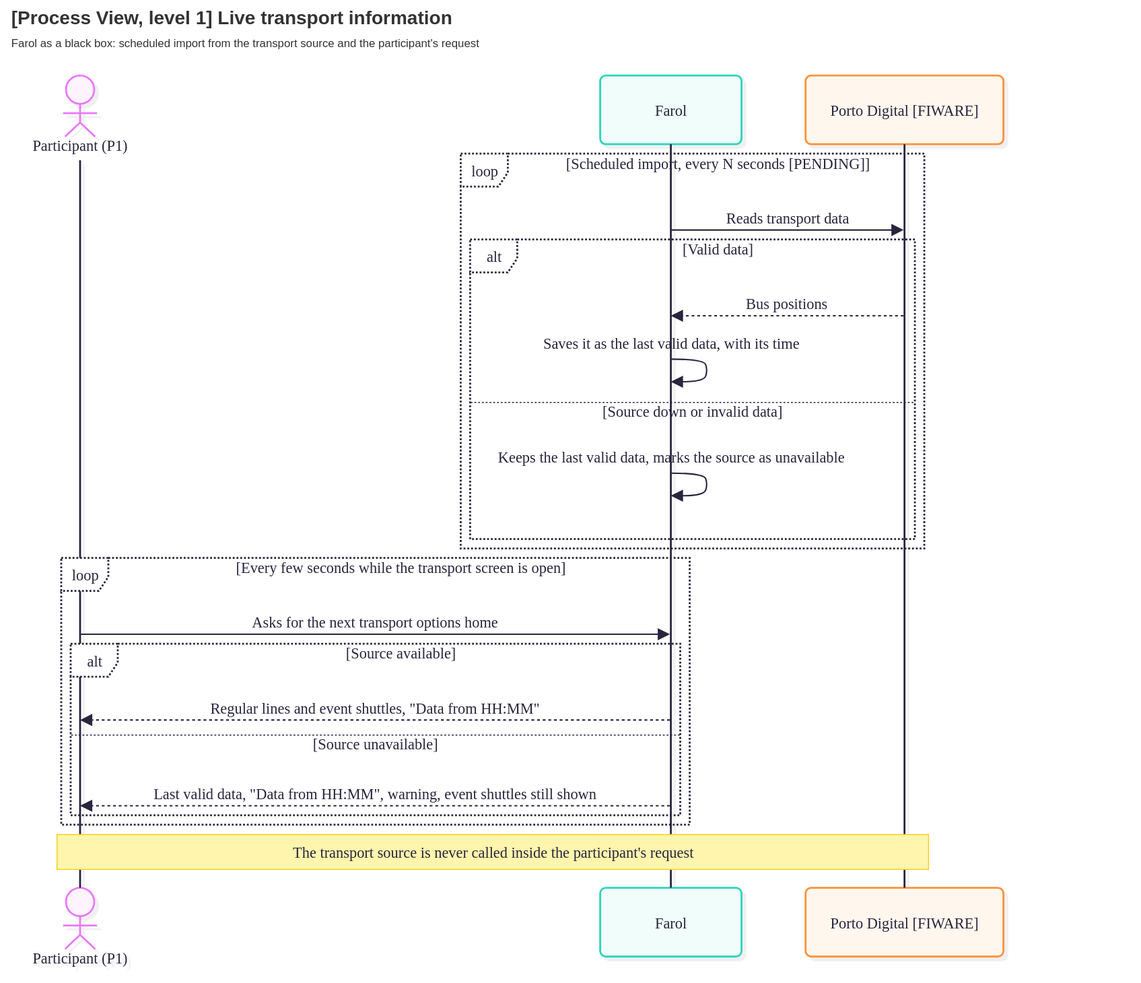
The draw.io diagram Docs/Technical/diagrams/process-view-level-1-transports.drawio.svg in tomasoliveira21/LABDSOF, before a commit. Source tidied: cells renumbered, new cells last; positions are measured from the earlier drawing's top-left corner, leaving out a move shared by most shapes.
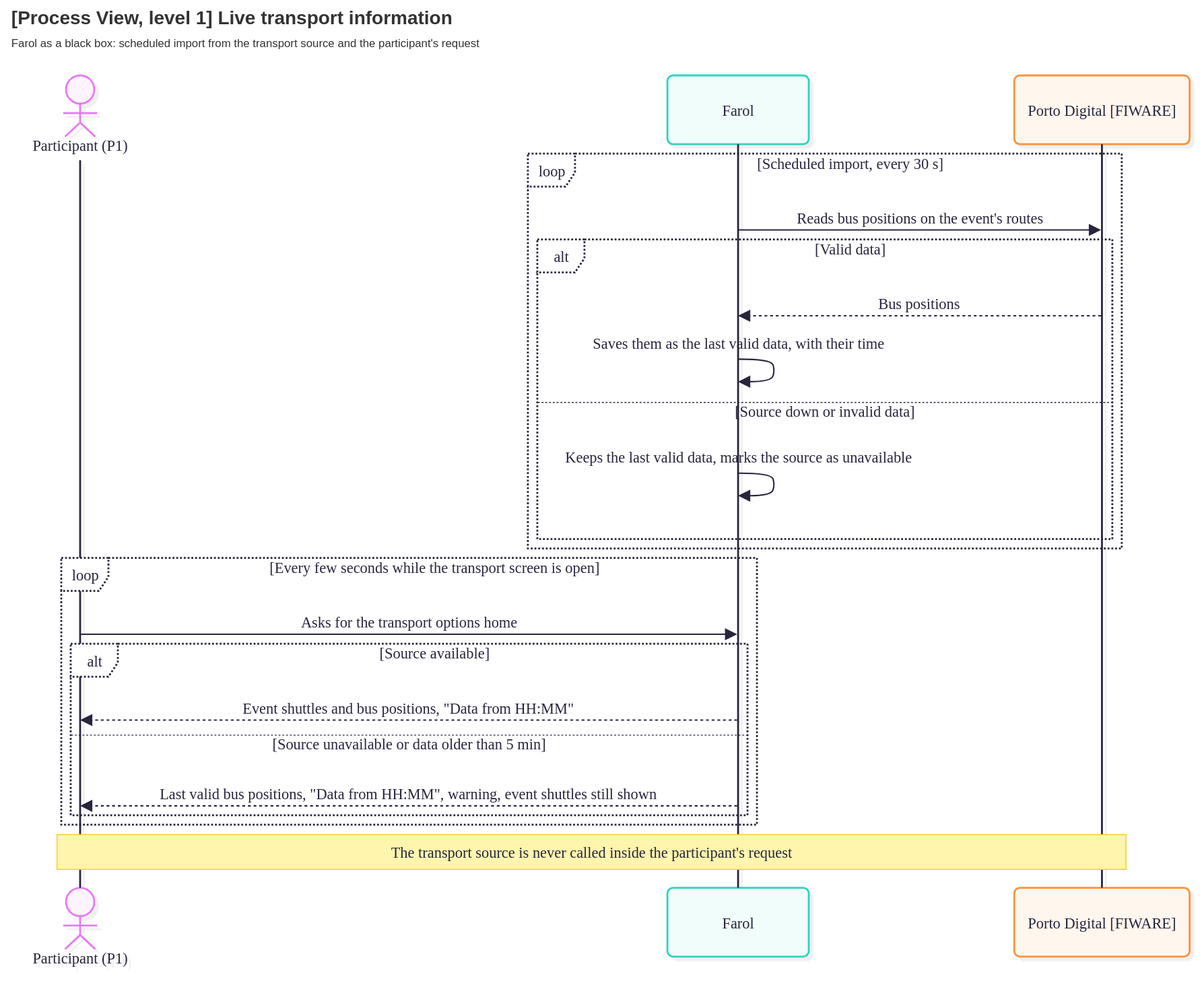
Later version of the same file.

What changed in the source:
```diff
@@ -9,108 +9,108 @@
       <mxGeometry width="150" height="952" as="geometry" />
     </mxCell>
     <mxCell id="4" value="Farol" style="html=1;shape=umlLifeline;perimeter=lifelinePerimeter;whiteSpace=wrap;outlineConnect=0;portConstraint=eastwest;newEdgeStyle={&quot;edgeStyle&quot;:&quot;sequenceEdgeStyle&quot;,&quot;libavoidRouting&quot;:0,&quot;curved&quot;:0,&quot;rounded&quot;:0};lifelineDashed=0;strokeWidth=2;rounded=1;absoluteArcSize=1;arcSize=12;lifelineColor=#28253D;fillColor=#F0FDFA;strokeColor=#2DD4BF;fontColor=#28253D;size=73;lifelineMirror=1;fontFamily=Recursive;fontSize=16;shadow=1;shadowColor=#000000;shadowOffsetX=4;shadowOffsetY=4;shadowBlur=0;shadowOpacity=6;fontSource=https%3A%2F%2Ffonts.googleapis.com%2Fcss%3Ffamily%3DRecursive;" parent="2" vertex="1">
-      <mxGeometry x="627" width="150" height="935" as="geometry" />
+      <mxGeometry x="698" width="150" height="935" as="geometry" />
     </mxCell>
     <mxCell id="5" value="Porto Digital [FIWARE]" style="html=1;shape=umlLifeline;perimeter=lifelinePerimeter;whiteSpace=wrap;outlineConnect=0;portConstraint=eastwest;newEdgeStyle={&quot;edgeStyle&quot;:&quot;sequenceEdgeStyle&quot;,&quot;libavoidRouting&quot;:0,&quot;curved&quot;:0,&quot;rounded&quot;:0};lifelineDashed=0;strokeWidth=2;rounded=1;absoluteArcSize=1;arcSize=12;lifelineColor=#28253D;fillColor=#FFF7ED;strokeColor=#FB923C;fontColor=#28253D;size=73;lifelineMirror=1;fontFamily=Recursive;fontSize=16;shadow=1;shadowColor=#000000;shadowOffsetX=4;shadowOffsetY=4;shadowBlur=0;shadowOpacity=6;fontSource=https%3A%2F%2Ffonts.googleapis.com%2Fcss%3Ffamily%3DRecursive;" parent="2" vertex="1">
-      <mxGeometry x="845" width="210" height="935" as="geometry" />
+      <mxGeometry x="1066" width="186" height="935" as="geometry" />
     </mxCell>
     <mxCell id="6" value="loop" style="html=1;shape=umlFrame;dashed=1;fixDash=1;dashPattern=2 2;strokeWidth=2;fillColor=#ffffff;strokeColor=#28253D;fontSize=16;align=center;verticalAlign=middle;fontFamily=Recursive;fontColor=#28253D;height=35;width=50;fontSource=https%3A%2F%2Ffonts.googleapis.com%2Fcss%3Ffamily%3DRecursive;" parent="2" vertex="1">
-      <mxGeometry x="479" y="83" width="492" height="419" as="geometry" />
+      <mxGeometry x="550" y="83" width="630" height="419" as="geometry" />
     </mxCell>
-    <mxCell id="7" value="[Scheduled import, every N seconds [PENDING]]" style="text;strokeColor=none;fillColor=none;align=center;verticalAlign=middle;whiteSpace=wrap;fontSize=16;fontFamily=Recursive;fontColor=#28253D;fontSource=https%3A%2F%2Ffonts.googleapis.com%2Fcss%3Ffamily%3DRecursive;" parent="6" vertex="1">
-      <mxGeometry x="54" y="2" width="438" height="16" as="geometry" />
+    <mxCell id="7" value="[Scheduled import, every 30 s]" style="text;strokeColor=none;fillColor=none;align=center;verticalAlign=middle;whiteSpace=wrap;fontSize=16;fontFamily=Recursive;fontColor=#28253D;fontSource=https%3A%2F%2Ffonts.googleapis.com%2Fcss%3Ffamily%3DRecursive;" parent="6" vertex="1">
+      <mxGeometry x="54" y="2" width="576" height="16" as="geometry" />
     </mxCell>
     <mxCell id="8" value="alt" style="html=1;shape=umlFrame;dashed=1;fixDash=1;dashPattern=2 2;strokeWidth=2;fillColor=#ffffff;strokeColor=#28253D;fontSize=16;align=center;verticalAlign=middle;fontFamily=Recursive;fontColor=#28253D;height=35;width=50;fontSource=https%3A%2F%2Ffonts.googleapis.com%2Fcss%3Ffamily%3DRecursive;" parent="2" vertex="1">
-      <mxGeometry x="489" y="174" width="472" height="318" as="geometry" />
+      <mxGeometry x="560" y="174" width="610" height="318" as="geometry" />
     </mxCell>
     <mxCell id="9" value="[Valid data]" style="text;strokeColor=none;fillColor=none;align=center;verticalAlign=middle;whiteSpace=wrap;fontSize=16;fontFamily=Recursive;fontColor=#28253D;fontSource=https%3A%2F%2Ffonts.googleapis.com%2Fcss%3Ffamily%3DRecursive;" parent="8" vertex="1">
-      <mxGeometry x="54" y="2" width="418" height="16" as="geometry" />
+      <mxGeometry x="54" y="2" width="556" height="16" as="geometry" />
     </mxCell>
     <mxCell id="10" style="shape=line;dashed=1;fixDash=1;dashPattern=2 2;strokeColor=#28253D;" parent="8" vertex="1">
-      <mxGeometry y="172" width="472" height="1" as="geometry" />
+      <mxGeometry y="172" width="610" height="1" as="geometry" />
     </mxCell>
     <mxCell id="11" value="[Source down or invalid data]" style="text;strokeColor=none;fillColor=none;align=center;verticalAlign=middle;whiteSpace=wrap;fontSize=16;fontFamily=Recursive;fontColor=#28253D;fontSource=https%3A%2F%2Ffonts.googleapis.com%2Fcss%3Ffamily%3DRecursive;" parent="8" vertex="1">
-      <mxGeometry y="174" width="472" height="16" as="geometry" />
+      <mxGeometry y="174" width="610" height="16" as="geometry" />
     </mxCell>
     <mxCell id="12" value="loop" style="html=1;shape=umlFrame;dashed=1;fixDash=1;dashPattern=2 2;strokeWidth=2;fillColor=#ffffff;strokeColor=#28253D;fontSize=16;align=center;verticalAlign=middle;fontFamily=Recursive;fontColor=#28253D;height=35;width=50;fontSource=https%3A%2F%2Ffonts.googleapis.com%2Fcss%3Ffamily%3DRecursive;" parent="2" vertex="1">
-      <mxGeometry x="55" y="512" width="667" height="283" as="geometry" />
+      <mxGeometry x="55" y="512" width="738" height="283" as="geometry" />
     </mxCell>
     <mxCell id="13" value="[Every few seconds while the transport screen is open]" style="text;strokeColor=none;fillColor=none;align=center;verticalAlign=middle;whiteSpace=wrap;fontSize=16;fontFamily=Recursive;fontColor=#28253D;fontSource=https%3A%2F%2Ffonts.googleapis.com%2Fcss%3Ffamily%3DRecursive;" parent="12" vertex="1">
-      <mxGeometry x="54" y="2" width="613" height="16" as="geometry" />
+      <mxGeometry x="54" y="2" width="684" height="16" as="geometry" />
     </mxCell>
     <mxCell id="14" value="alt" style="html=1;shape=umlFrame;dashed=1;fixDash=1;dashPattern=2 2;strokeWidth=2;fillColor=#ffffff;strokeColor=#28253D;fontSize=16;align=center;verticalAlign=middle;fontFamily=Recursive;fontColor=#28253D;height=35;width=50;fontSource=https%3A%2F%2Ffonts.googleapis.com%2Fcss%3Ffamily%3DRecursive;" parent="2" vertex="1">
-      <mxGeometry x="65" y="603" width="647" height="182" as="geometry" />
+      <mxGeometry x="65" y="603" width="718" height="182" as="geometry" />
     </mxCell>
     <mxCell id="15" value="[Source available]" style="text;strokeColor=none;fillColor=none;align=center;verticalAlign=middle;whiteSpace=wrap;fontSize=16;fontFamily=Recursive;fontColor=#28253D;fontSource=https%3A%2F%2Ffonts.googleapis.com%2Fcss%3Ffamily%3DRecursive;" parent="14" vertex="1">
-      <mxGeometry x="54" y="2" width="593" height="16" as="geometry" />
+      <mxGeometry x="54" y="2" width="664" height="16" as="geometry" />
     </mxCell>
     <mxCell id="16" style="shape=line;dashed=1;fixDash=1;dashPattern=2 2;strokeColor=#28253D;" parent="14" vertex="1">
-      <mxGeometry y="96" width="647" height="1" as="geometry" />
+      <mxGeometry y="96" width="718" height="1" as="geometry" />
     </mxCell>
-    <mxCell id="17" value="[Source unavailable]" style="text;strokeColor=none;fillColor=none;align=center;verticalAlign=middle;whiteSpace=wrap;fontSize=16;fontFamily=Recursive;fontColor=#28253D;fontSource=https%3A%2F%2Ffonts.googleapis.com%2Fcss%3Ffamily%3DRecursive;" parent="14" vertex="1">
-      <mxGeometry y="98" width="647" height="16" as="geometry" />
+    <mxCell id="17" value="[Source unavailable or data older than 5 min]" style="text;strokeColor=none;fillColor=none;align=center;verticalAlign=middle;whiteSpace=wrap;fontSize=16;fontFamily=Recursive;fontColor=#28253D;fontSource=https%3A%2F%2Ffonts.googleapis.com%2Fcss%3Ffamily%3DRecursive;" parent="14" vertex="1">
+      <mxGeometry y="98" width="718" height="16" as="geometry" />
     </mxCell>
-    <mxCell id="18" value="Reads transport data" style="endArrow=block;endSize=9;verticalAlign=bottom;spacingBottom=2;edgeStyle=sequenceEdgeStyle;libavoidRouting=0;curved=0;rounded=0;fontSize=16;labelBackgroundColor=none;strokeWidth=1.5;strokeColor=#28253D;fontColor=#28253D;fontFamily=Recursive;fontSource=https%3A%2F%2Ffonts.googleapis.com%2Fcss%3Ffamily%3DRecursive;" parent="2" edge="1" source="4" target="5">
+    <mxCell id="18" value="Reads bus positions on the event's routes" style="endArrow=block;endSize=9;verticalAlign=bottom;spacingBottom=2;edgeStyle=sequenceEdgeStyle;libavoidRouting=0;curved=0;rounded=0;fontSize=16;labelBackgroundColor=none;strokeWidth=1.5;strokeColor=#28253D;fontColor=#28253D;fontFamily=Recursive;fontSource=https%3A%2F%2Ffonts.googleapis.com%2Fcss%3Ffamily%3DRecursive;" parent="2" edge="1" source="4" target="5">
       <mxGeometry relative="1" as="geometry">
         <Array as="points">
-          <mxPoint x="826" y="164" />
+          <mxPoint x="966" y="164" />
         </Array>
       </mxGeometry>
     </mxCell>
     <mxCell id="19" value="Bus positions" style="dashed=1;fixDash=1;dashPattern=3 3;endArrow=block;endSize=9;verticalAlign=bottom;spacingBottom=2;edgeStyle=sequenceEdgeStyle;libavoidRouting=0;curved=0;rounded=0;fontSize=16;labelBackgroundColor=none;strokeWidth=1.5;strokeColor=#28253D;fontColor=#28253D;fontFamily=Recursive;fontSource=https%3A%2F%2Ffonts.googleapis.com%2Fcss%3Ffamily%3DRecursive;" parent="2" edge="1" source="5" target="4">
       <mxGeometry relative="1" as="geometry">
         <Array as="points">
-          <mxPoint x="826" y="255" />
+          <mxPoint x="966" y="255" />
         </Array>
       </mxGeometry>
     </mxCell>
     <mxCell id="20" style="edgeStyle=sequenceEdgeStyle;libavoidRouting=0;curved=1;endArrow=block;endSize=9;verticalAlign=bottom;align=center;fontSize=16;labelBackgroundColor=none;strokeWidth=1.5;strokeColor=#28253D;fontColor=#28253D;fontFamily=Recursive;fontSource=https%3A%2F%2Ffonts.googleapis.com%2Fcss%3Ffamily%3DRecursive;" parent="2" edge="1" source="4" target="4">
       <mxGeometry relative="1" as="geometry">
         <Array as="points">
-          <mxPoint x="737" y="301" />
-          <mxPoint x="741" y="313" />
-          <mxPoint x="737" y="325" />
+          <mxPoint x="808" y="301" />
+          <mxPoint x="812" y="313" />
+          <mxPoint x="808" y="325" />
         </Array>
       </mxGeometry>
     </mxCell>
-    <mxCell id="21" value="Saves it as the last valid data, with its time" style="text;html=1;strokeColor=none;fillColor=none;align=center;verticalAlign=middle;fontFamily=Recursive;fontSize=16;fontColor=#28253D;fontSource=https%3A%2F%2Ffonts.googleapis.com%2Fcss%3Ffamily%3DRecursive;" parent="2" vertex="1">
-      <mxGeometry x="602" y="275" width="200" height="18" as="geometry" />
+    <mxCell id="21" value="Saves them as the last valid data, with their time" style="text;html=1;strokeColor=none;fillColor=none;align=center;verticalAlign=middle;fontFamily=Recursive;fontSize=16;fontColor=#28253D;fontSource=https%3A%2F%2Ffonts.googleapis.com%2Fcss%3Ffamily%3DRecursive;" parent="2" vertex="1">
+      <mxGeometry x="673" y="275" width="200" height="18" as="geometry" />
     </mxCell>
     <mxCell id="22" style="edgeStyle=sequenceEdgeStyle;libavoidRouting=0;curved=1;endArrow=block;endSize=9;verticalAlign=bottom;align=center;fontSize=16;labelBackgroundColor=none;strokeWidth=1.5;strokeColor=#28253D;fontColor=#28253D;fontFamily=Recursive;fontSource=https%3A%2F%2Ffonts.googleapis.com%2Fcss%3Ffamily%3DRecursive;" parent="2" edge="1" source="4" target="4">
       <mxGeometry relative="1" as="geometry">
         <Array as="points">
-          <mxPoint x="737" y="422" />
-          <mxPoint x="741" y="434" />
-          <mxPoint x="737" y="446" />
+          <mxPoint x="808" y="422" />
+          <mxPoint x="812" y="434" />
+          <mxPoint x="808" y="446" />
         </Array>
       </mxGeometry>
     </mxCell>
     <mxCell id="23" value="Keeps the last valid data, marks the source as unavailable" style="text;html=1;strokeColor=none;fillColor=none;align=center;verticalAlign=middle;fontFamily=Recursive;fontSize=16;fontColor=#28253D;fontSource=https%3A%2F%2Ffonts.googleapis.com%2Fcss%3Ffamily%3DRecursive;" parent="2" vertex="1">
-      <mxGeometry x="602" y="396" width="200" height="18" as="geometry" />
+      <mxGeometry x="673" y="396" width="200" height="18" as="geometry" />
     </mxCell>
-    <mxCell id="24" value="Asks for the next transport options home" style="endArrow=block;endSize=9;verticalAlign=bottom;spacingBottom=2;edgeStyle=sequenceEdgeStyle;libavoidRouting=0;curved=0;rounded=0;fontSize=16;labelBackgroundColor=none;strokeWidth=1.5;strokeColor=#28253D;fontColor=#28253D;fontFamily=Recursive;fontSource=https%3A%2F%2Ffonts.googleapis.com%2Fcss%3Ffamily%3DRecursive;" parent="2" edge="1" source="3" target="4">
+    <mxCell id="24" value="Asks for the transport options home" style="endArrow=block;endSize=9;verticalAlign=bottom;spacingBottom=2;edgeStyle=sequenceEdgeStyle;libavoidRouting=0;curved=0;rounded=0;fontSize=16;labelBackgroundColor=none;strokeWidth=1.5;strokeColor=#28253D;fontColor=#28253D;fontFamily=Recursive;fontSource=https%3A%2F%2Ffonts.googleapis.com%2Fcss%3Ffamily%3DRecursive;" parent="2" edge="1" source="3" target="4">
       <mxGeometry relative="1" as="geometry">
         <Array as="points">
-          <mxPoint x="389" y="593" />
+          <mxPoint x="424" y="593" />
         </Array>
       </mxGeometry>
     </mxCell>
-    <mxCell id="25" value="Regular lines and event shuttles, &quot;Data from HH:MM&quot;" style="dashed=1;fixDash=1;dashPattern=3 3;endArrow=block;endSize=9;verticalAlign=bottom;spacingBottom=2;edgeStyle=sequenceEdgeStyle;libavoidRouting=0;curved=0;rounded=0;fontSize=16;labelBackgroundColor=none;strokeWidth=1.5;strokeColor=#28253D;fontColor=#28253D;fontFamily=Recursive;fontSource=https%3A%2F%2Ffonts.googleapis.com%2Fcss%3Ffamily%3DRecursive;" parent="2" edge="1" source="4" target="3">
+    <mxCell id="25" value="Event shuttles and bus positions, &quot;Data from HH:MM&quot;" style="dashed=1;fixDash=1;dashPattern=3 3;endArrow=block;endSize=9;verticalAlign=bottom;spacingBottom=2;edgeStyle=sequenceEdgeStyle;libavoidRouting=0;curved=0;rounded=0;fontSize=16;labelBackgroundColor=none;strokeWidth=1.5;strokeColor=#28253D;fontColor=#28253D;fontFamily=Recursive;fontSource=https%3A%2F%2Ffonts.googleapis.com%2Fcss%3Ffamily%3DRecursive;" parent="2" edge="1" source="4" target="3">
       <mxGeometry relative="1" as="geometry">
         <Array as="points">
-          <mxPoint x="389" y="684" />
+          <mxPoint x="424" y="684" />
         </Array>
       </mxGeometry>
     </mxCell>
-    <mxCell id="26" value="Last valid data, &quot;Data from HH:MM&quot;, warning, event shuttles still shown" style="dashed=1;fixDash=1;dashPattern=3 3;endArrow=block;endSize=9;verticalAlign=bottom;spacingBottom=2;edgeStyle=sequenceEdgeStyle;libavoidRouting=0;curved=0;rounded=0;fontSize=16;labelBackgroundColor=none;strokeWidth=1.5;strokeColor=#28253D;fontColor=#28253D;fontFamily=Recursive;fontSource=https%3A%2F%2Ffonts.googleapis.com%2Fcss%3Ffamily%3DRecursive;" parent="2" edge="1" source="4" target="3">
+    <mxCell id="26" value="Last valid bus positions, &quot;Data from HH:MM&quot;, warning, event shuttles still shown" style="dashed=1;fixDash=1;dashPattern=3 3;endArrow=block;endSize=9;verticalAlign=bottom;spacingBottom=2;edgeStyle=sequenceEdgeStyle;libavoidRouting=0;curved=0;rounded=0;fontSize=16;labelBackgroundColor=none;strokeWidth=1.5;strokeColor=#28253D;fontColor=#28253D;fontFamily=Recursive;fontSource=https%3A%2F%2Ffonts.googleapis.com%2Fcss%3Ffamily%3DRecursive;" parent="2" edge="1" source="4" target="3">
       <mxGeometry relative="1" as="geometry">
         <Array as="points">
-          <mxPoint x="389" y="775" />
+          <mxPoint x="424" y="775" />
         </Array>
       </mxGeometry>
     </mxCell>
     <mxCell id="27" value="The transport source is never called inside the participant's request" style="html=1;fillColor=#fff5ad;strokeColor=#FACC15;fontColor=#28253D;fontFamily=Recursive;fontSize=16;fontSource=https%3A%2F%2Ffonts.googleapis.com%2Fcss%3Ffamily%3DRecursive;" parent="2" vertex="1">
-      <mxGeometry x="50" y="805" width="925" height="37" as="geometry" />
+      <mxGeometry x="50" y="805" width="1134" height="37" as="geometry" />
     </mxCell>
     <mxCell id="28" value="&lt;b&gt;[Process View, level 1] Live transport information&lt;/b&gt;&lt;br&gt;&lt;font style=&quot;font-size:12px&quot;&gt;Farol as a black box: scheduled import from the transport source and the participant's request&lt;/font&gt;" style="text;html=1;align=left;verticalAlign=top;fontSize=20;fontColor=#333333;" parent="1" vertex="1">
       <mxGeometry width="1200" height="60" as="geometry" />
```
